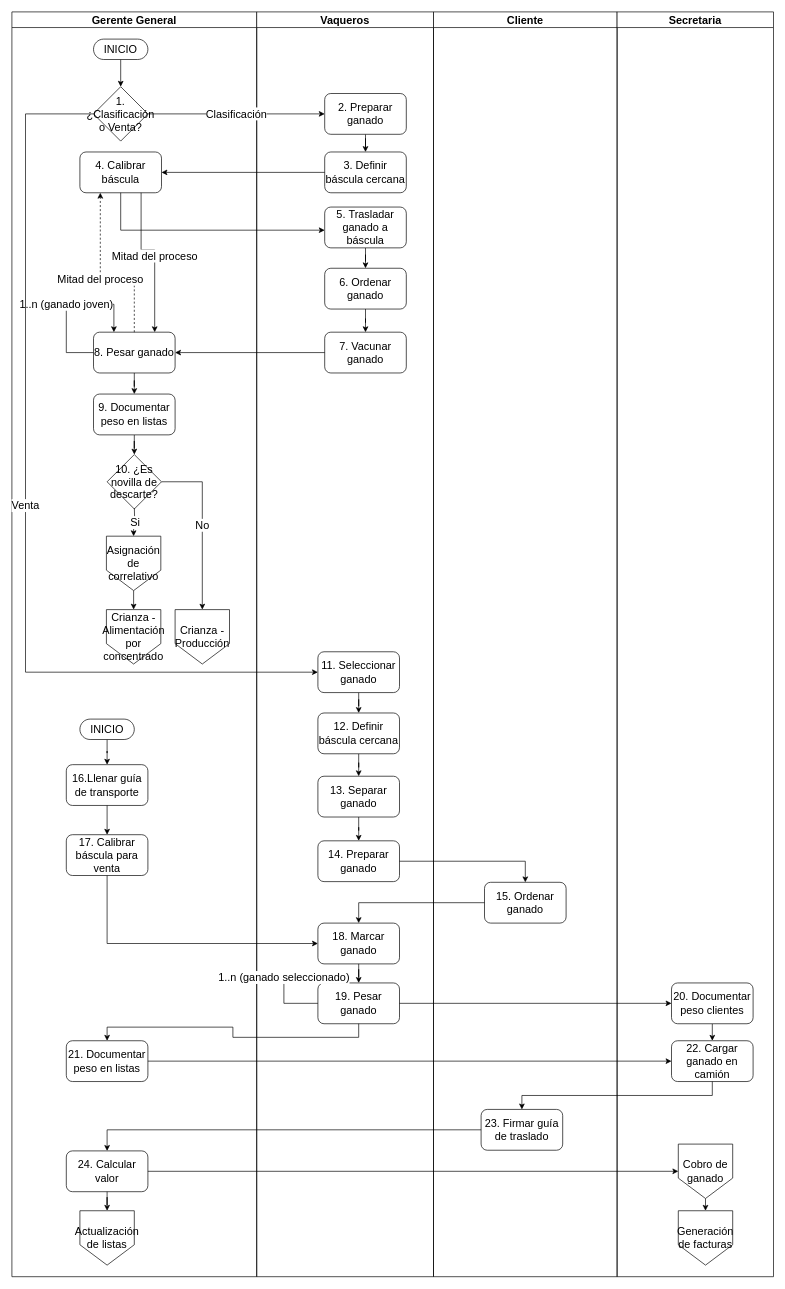
The draw.io diagram page "PR-FN-00013 - Peso de ganado" (3 of 4) of FSJB.drawio in prtigofn/Dev2.0, before the edit. Source tidied: cells renumbered, new cells numbered last; positions are measured from the earlier drawing's top-left corner, leaving out a move shared by most shapes. Both pictures are drawn from the tidied source at 68%, with x=0, y=0 at pixel (12, 12).
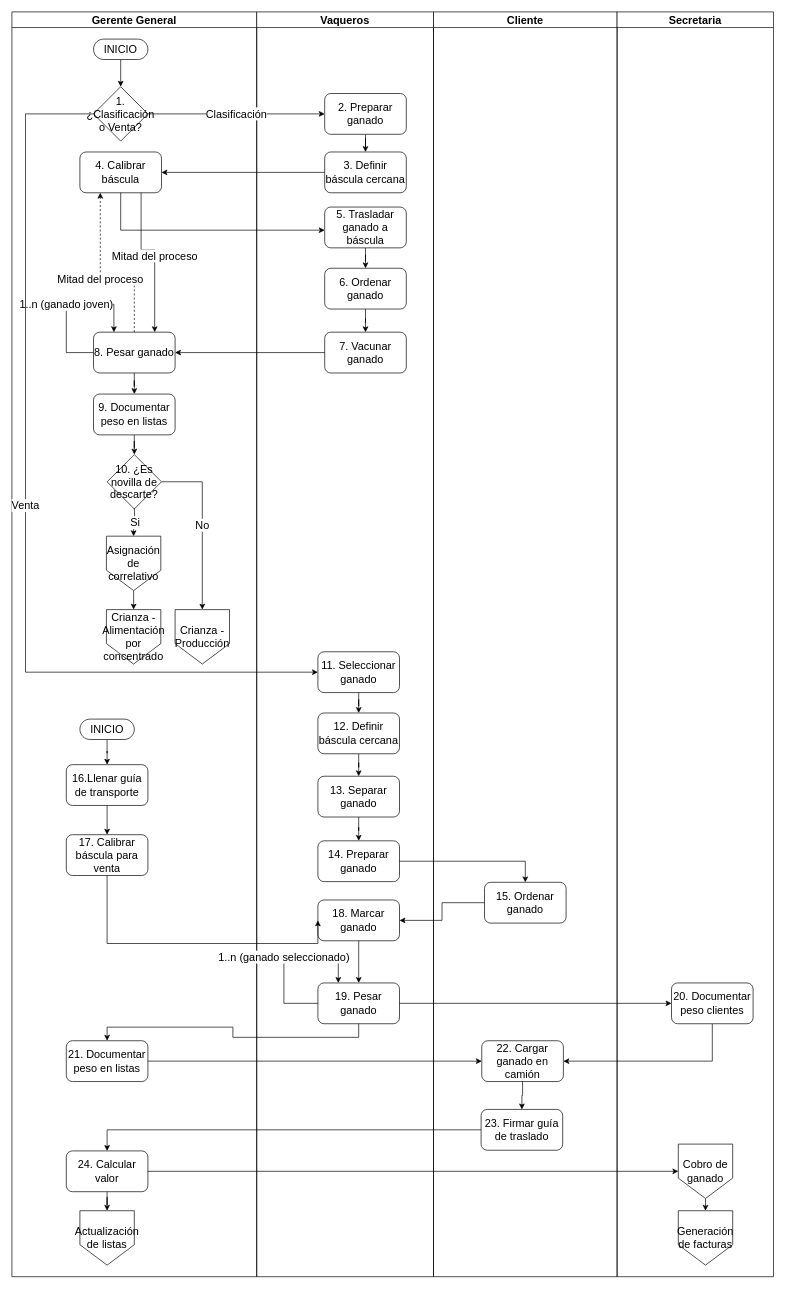
The same page after the edit.

The change refers to these unchanged cells:
```xml
<mxCell id="22" value="Vaqueros" style="swimlane;whiteSpace=wrap;html=1;fontSize=16;" parent="1" vertex="1">
  <mxGeometry x="360" width="260" height="1860" as="geometry" />
</mxCell>
<mxCell id="48" value="15. Ordenar ganado" style="rounded=1;whiteSpace=wrap;html=1;fontSize=16;" parent="47" vertex="1">
  <mxGeometry x="75" y="1280" width="120" height="60" as="geometry" />
</mxCell>
<mxCell id="52" value="Secretaria" style="swimlane;whiteSpace=wrap;html=1;fontSize=16;" parent="1" vertex="1">
  <mxGeometry x="890" width="230" height="1860" as="geometry" />
</mxCell>
<mxCell id="54" value="19. Pesar ganado" style="rounded=1;whiteSpace=wrap;html=1;fontSize=16;" parent="52" vertex="1">
  <mxGeometry x="-440" y="1428" width="120" height="60" as="geometry" />
</mxCell>
<mxCell id="55" value="20. Documentar peso clientes" style="rounded=1;whiteSpace=wrap;html=1;fontSize=16;" parent="52" vertex="1">
  <mxGeometry x="80" y="1428" width="120" height="60" as="geometry" />
</mxCell>
```

The edit, as a diff of the source:
```diff
@@
     <mxCell id="44" value="18. Marcar ganado" style="rounded=1;whiteSpace=wrap;html=1;fontSize=16;" parent="22" vertex="1">
-      <mxGeometry x="90" y="1340" width="120" height="60" as="geometry" />
+      <mxGeometry x="90" y="1306" width="120" height="60" as="geometry" />
     </mxCell>
@@
-    <mxCell id="53" style="edgeStyle=orthogonalEdgeStyle;rounded=0;jettySize=auto;html=1;exitX=0.5;exitY=1;exitDx=0;exitDy=0;entryX=0.5;entryY=0;entryDx=0;entryDy=0;fontSize=16;" parent="52" edge="1" source="55" target="57">
+    <mxCell id="53" style="edgeStyle=orthogonalEdgeStyle;rounded=0;jettySize=auto;html=1;exitX=0.5;exitY=1;exitDx=0;exitDy=0;entryX=1;entryY=0.5;entryDx=0;entryDy=0;fontSize=16;" parent="52" edge="1" source="55" target="57">
       <mxGeometry relative="1" as="geometry" />
     </mxCell>
@@
     <mxCell id="57" value="22. Cargar ganado en camión" style="rounded=1;whiteSpace=wrap;html=1;fontSize=16;" parent="52" vertex="1">
-      <mxGeometry x="80" y="1513" width="120" height="60" as="geometry" />
+      <mxGeometry x="-199" y="1513" width="120" height="60" as="geometry" />
     </mxCell>
@@
     <mxCell id="61" value="1..n (ganado seleccionado)" style="edgeStyle=orthogonalEdgeStyle;rounded=0;orthogonalLoop=1;jettySize=auto;html=1;exitX=0;exitY=0.5;exitDx=0;exitDy=0;entryX=0.25;entryY=0;entryDx=0;entryDy=0;fontSize=16;" parent="52" edge="1" source="54" target="54">
       <mxGeometry relative="1" as="geometry">
         <Array as="points">
           <mxPoint x="-490" y="1458" />
-          <mxPoint x="-490" y="1420" />
-          <mxPoint x="-410" y="1420" />
+          <mxPoint x="-490" y="1390" />
+          <mxPoint x="-410" y="1390" />
         </Array>
       </mxGeometry>
     </mxCell>
@@
-    <mxCell id="65" style="edgeStyle=orthogonalEdgeStyle;rounded=0;jettySize=auto;html=1;exitX=0;exitY=0.5;exitDx=0;exitDy=0;entryX=0.5;entryY=0;entryDx=0;entryDy=0;fontSize=16;" parent="1" edge="1" source="48" target="44">
+    <mxCell id="65" style="edgeStyle=orthogonalEdgeStyle;rounded=0;jettySize=auto;html=1;exitX=0;exitY=0.5;exitDx=0;exitDy=0;entryX=1;entryY=0.5;entryDx=0;entryDy=0;fontSize=16;" parent="1" edge="1" source="48" target="44">
       <mxGeometry relative="1" as="geometry" />
     </mxCell>
```
